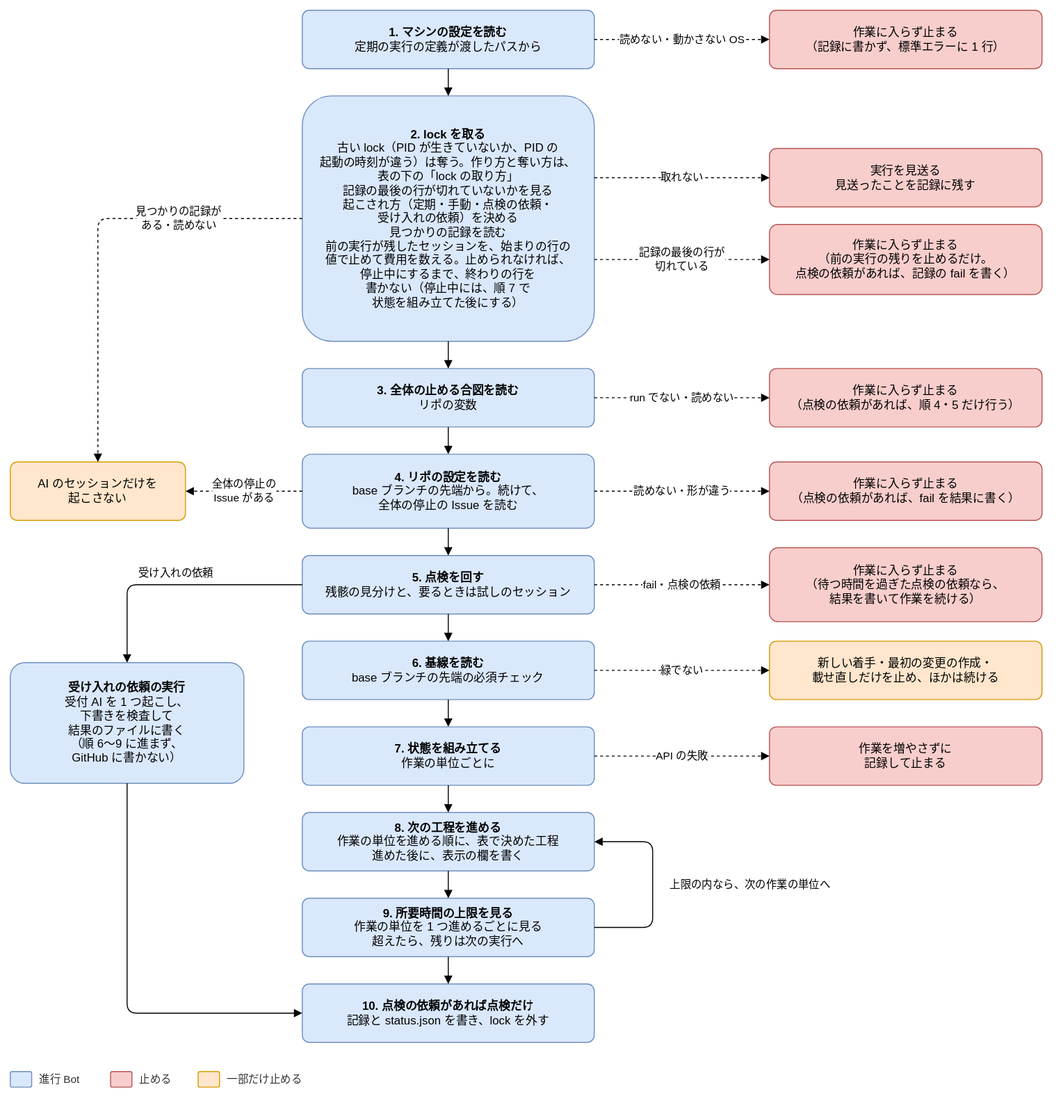
Before: docs/design/basic/diagrams/02-run-flow.drawio.svg, a diagram exported from draw.io (Joymerrevent/dev-autopilot). Source tidied: cells renumbered, new cells last; positions are measured from the earlier drawing's top-left corner, leaving out a move shared by most shapes.
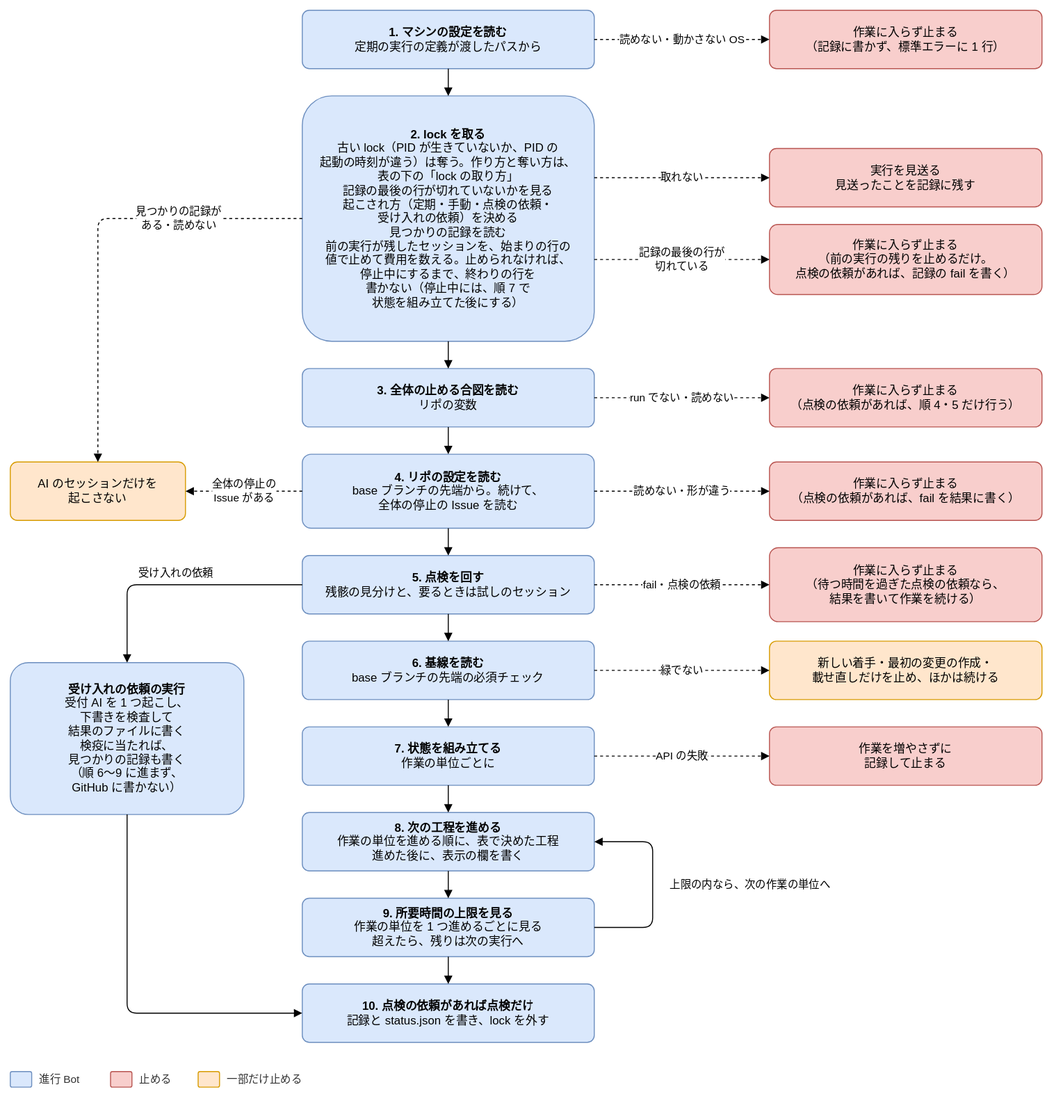
After the commit.

Change to the diagram source:
```diff
@@ -134,8 +134,8 @@
     <mxCell id="43" value="一部だけ止める" style="text;html=1;align=left;verticalAlign=middle;fontSize=11;fontColor=#333333;" parent="1" vertex="1">
       <mxGeometry x="221" y="1088" width="94" height="20" as="geometry" />
     </mxCell>
-    <mxCell id="44" value="&lt;b&gt;受け入れの依頼の実行&lt;/b&gt;&lt;br&gt;受付 AI を 1 つ起こし、&lt;br&gt;下書きを検査して&lt;br&gt;結果のファイルに書く&lt;br&gt;（順 6〜9 に進まず、&lt;br&gt;GitHub に書かない）" style="rounded=1;whiteSpace=wrap;html=1;fontSize=12;arcSize=12;spacing=12;fillColor=#dae8fc;strokeColor=#6c8ebf;" parent="1" vertex="1">
-      <mxGeometry y="670" width="240" height="124" as="geometry" />
+    <mxCell id="44" value="&lt;b&gt;受け入れの依頼の実行&lt;/b&gt;&lt;br&gt;受付 AI を 1 つ起こし、&lt;br&gt;下書きを検査して&lt;br&gt;結果のファイルに書く&lt;br&gt;検疫に当たれば、&lt;br&gt;見つかりの記録も書く&lt;br&gt;（順 6〜9 に進まず、&lt;br&gt;GitHub に書かない）" style="rounded=1;whiteSpace=wrap;html=1;fontSize=12;arcSize=12;spacing=12;fillColor=#dae8fc;strokeColor=#6c8ebf;" parent="1" vertex="1">
+      <mxGeometry y="670" width="240" height="156" as="geometry" />
     </mxCell>
     <mxCell id="45" value="受け入れの依頼" style="edgeStyle=orthogonalEdgeStyle;rounded=1;html=1;endArrow=block;endFill=1;fontSize=11;labelBackgroundColor=#ffffff;exitX=0;exitY=0.5;exitDx=0;exitDy=0;entryX=0.5;entryY=0;entryDx=0;entryDy=0;" parent="1" edge="1" source="19" target="44">
       <mxGeometry relative="1" as="geometry">
```
